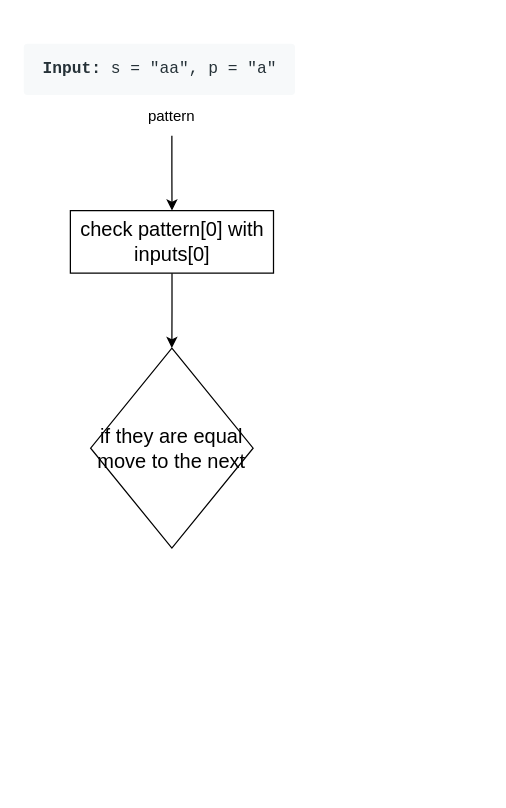
The draw.io diagram docs/regex_matching.drawio in rajsenthil/coding, before the edit. Source tidied: cells renumbered, new cells numbered last; positions are measured from the earlier drawing's top-left corner, leaving out a move shared by most shapes. Both pictures are drawn from the tidied source at 125%, with x=0, y=0 at pixel (21, 35).
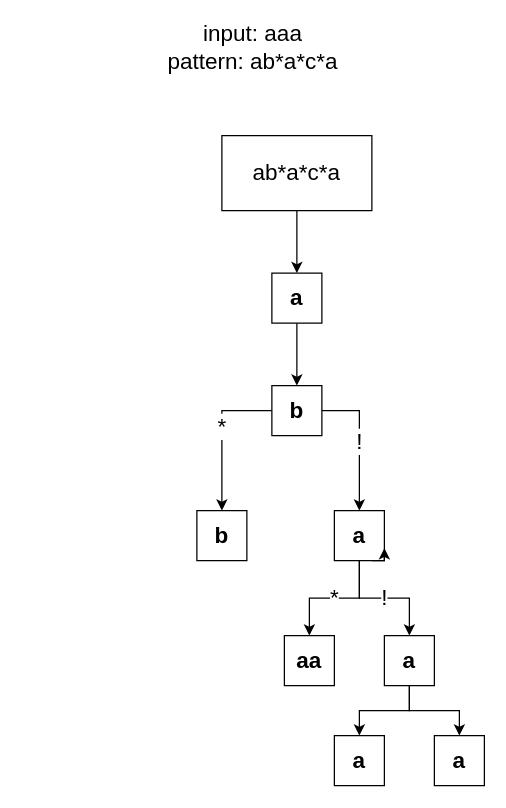
The same page after the edit.

Diff of the diagram source:
```diff
@@
-    <mxCell id="2" value="&lt;pre style=&quot;box-sizing: border-box; font-family: SFMono-Regular, Consolas, &amp;quot;Liberation Mono&amp;quot;, Menlo, Courier, monospace; font-size: 13px; margin-top: 0px; margin-bottom: 1em; overflow: auto; background: rgb(247, 249, 250); padding: 10px 15px; color: rgb(38, 50, 56); line-height: 1.6; border-radius: 3px; font-style: normal; font-variant-ligatures: normal; font-variant-caps: normal; font-weight: 400; letter-spacing: normal; orphans: 2; text-align: start; text-indent: 0px; text-transform: none; widows: 2; word-spacing: 0px; -webkit-text-stroke-width: 0px; text-decoration-thickness: initial; text-decoration-style: initial; text-decoration-color: initial;&quot;&gt;&lt;strong style=&quot;box-sizing: border-box; font-weight: bolder;&quot;&gt;Input:&lt;/strong&gt; s = &quot;aa&quot;, p = &quot;a&quot;&lt;/pre&gt;" style="text;whiteSpace=wrap;html=1;" parent="1" vertex="1">
-      <mxGeometry width="240" height="70" as="geometry" />
-    </mxCell>
-    <mxCell id="3" style="edgeStyle=orthogonalEdgeStyle;rounded=0;jettySize=auto;html=1;fontSize=16;" parent="1" edge="1" source="4" target="7">
-      <mxGeometry relative="1" as="geometry" />
-    </mxCell>
-    <mxCell id="4" value="&lt;font style=&quot;font-size: 16px;&quot;&gt;check pattern[0] with inputs[0]&lt;/font&gt;" style="rounded=0;whiteSpace=wrap;html=1;" parent="1" vertex="1">
-      <mxGeometry x="38.8" y="140" width="162.5" height="50" as="geometry" />
-    </mxCell>
-    <mxCell id="5" style="edgeStyle=orthogonalEdgeStyle;rounded=0;jettySize=auto;html=1;" parent="1" edge="1" source="6" target="4">
-      <mxGeometry relative="1" as="geometry" />
-    </mxCell>
-    <mxCell id="6" value="pattern" style="text;html=1;strokeColor=none;fillColor=none;align=center;verticalAlign=middle;whiteSpace=wrap;rounded=0;" parent="1" vertex="1">
-      <mxGeometry x="90" y="50" width="60" height="30" as="geometry" />
-    </mxCell>
-    <mxCell id="7" value="if they are equal move to the next" style="rhombus;whiteSpace=wrap;html=1;fontSize=16;" parent="1" vertex="1">
-      <mxGeometry x="55" y="250" width="130" height="160" as="geometry" />
-    </mxCell>
+    <mxCell id="8" style="edgeStyle=orthogonalEdgeStyle;rounded=0;jettySize=auto;html=1;fontSize=18;" parent="1" edge="1" source="9" target="11">
+      <mxGeometry relative="1" as="geometry" />
+    </mxCell>
+    <mxCell id="9" value="&lt;font style=&quot;font-size: 18px;&quot;&gt;ab*a*c*a&lt;/font&gt;" style="rounded=0;whiteSpace=wrap;html=1;" parent="1" vertex="1">
+      <mxGeometry x="160" y="80" width="120" height="60" as="geometry" />
+    </mxCell>
+    <mxCell id="10" style="edgeStyle=orthogonalEdgeStyle;rounded=0;jettySize=auto;html=1;fontSize=18;" parent="1" edge="1" source="11" target="15">
+      <mxGeometry relative="1" as="geometry" />
+    </mxCell>
+    <mxCell id="11" value="a" style="whiteSpace=wrap;html=1;fontSize=18;fontStyle=1;" parent="1" vertex="1">
+      <mxGeometry x="200" y="190" width="40" height="40" as="geometry" />
+    </mxCell>
+    <mxCell id="12" style="edgeStyle=orthogonalEdgeStyle;rounded=0;jettySize=auto;html=1;fontSize=18;" parent="1" edge="1" source="15" target="16">
+      <mxGeometry relative="1" as="geometry" />
+    </mxCell>
+    <mxCell id="13" value="*" style="edgeLabel;html=1;align=center;verticalAlign=middle;fontSize=18;" parent="12" vertex="1">
+      <mxGeometry x="-0.13" y="-1" relative="1" as="geometry" />
+    </mxCell>
+    <mxCell id="14" value="!" style="edgeStyle=orthogonalEdgeStyle;rounded=0;jettySize=auto;html=1;fontSize=18;" parent="1" edge="1" source="15" target="19">
+      <mxGeometry relative="1" as="geometry" />
+    </mxCell>
+    <mxCell id="15" value="b" style="whiteSpace=wrap;html=1;fontSize=18;fontStyle=1;" parent="1" vertex="1">
+      <mxGeometry x="200" y="280" width="40" height="40" as="geometry" />
+    </mxCell>
+    <mxCell id="16" value="b" style="whiteSpace=wrap;html=1;fontSize=18;fontStyle=1;" parent="1" vertex="1">
+      <mxGeometry x="140" y="380" width="40" height="40" as="geometry" />
+    </mxCell>
+    <mxCell id="17" value="*" style="edgeStyle=orthogonalEdgeStyle;rounded=0;jettySize=auto;html=1;entryX=0.5;entryY=0;entryDx=0;entryDy=0;fontSize=18;" parent="1" edge="1" source="19" target="21">
+      <mxGeometry relative="1" as="geometry" />
+    </mxCell>
+    <mxCell id="18" value="!" style="edgeStyle=orthogonalEdgeStyle;rounded=0;jettySize=auto;html=1;fontSize=18;" parent="1" edge="1" source="19" target="24">
+      <mxGeometry relative="1" as="geometry">
+        <Array as="points">
+          <mxPoint x="270" y="450" />
+          <mxPoint x="310" y="450" />
+        </Array>
+      </mxGeometry>
+    </mxCell>
+    <mxCell id="19" value="a" style="whiteSpace=wrap;html=1;fontSize=18;fontStyle=1;" parent="1" vertex="1">
+      <mxGeometry x="250" y="380" width="40" height="40" as="geometry" />
+    </mxCell>
+    <mxCell id="20" style="edgeStyle=orthogonalEdgeStyle;rounded=0;orthogonalLoop=1;jettySize=auto;html=1;exitX=0.75;exitY=1;exitDx=0;exitDy=0;entryX=1;entryY=0.75;entryDx=0;entryDy=0;fontSize=18;" parent="1" edge="1" source="19" target="19">
+      <mxGeometry relative="1" as="geometry" />
+    </mxCell>
+    <mxCell id="21" value="aa" style="whiteSpace=wrap;html=1;fontSize=18;fontStyle=1;" parent="1" vertex="1">
+      <mxGeometry x="210" y="480" width="40" height="40" as="geometry" />
+    </mxCell>
+    <mxCell id="22" style="edgeStyle=orthogonalEdgeStyle;rounded=0;jettySize=auto;html=1;entryX=0.5;entryY=0;entryDx=0;entryDy=0;fontSize=18;" parent="1" edge="1" source="24" target="27">
+      <mxGeometry relative="1" as="geometry" />
+    </mxCell>
+    <mxCell id="23" style="edgeStyle=orthogonalEdgeStyle;rounded=0;jettySize=auto;html=1;entryX=0.5;entryY=0;entryDx=0;entryDy=0;fontSize=18;" parent="1" edge="1" source="24" target="26">
+      <mxGeometry relative="1" as="geometry" />
+    </mxCell>
+    <mxCell id="24" value="a" style="whiteSpace=wrap;html=1;fontSize=18;fontStyle=1;" parent="1" vertex="1">
+      <mxGeometry x="290" y="480" width="40" height="40" as="geometry" />
+    </mxCell>
+    <mxCell id="25" value="input: aaa&lt;br&gt;pattern: ab*a*c*a" style="text;html=1;strokeColor=none;fillColor=none;align=center;verticalAlign=middle;whiteSpace=wrap;rounded=0;fontSize=18;" parent="1" vertex="1">
+      <mxGeometry x="110" y="-10" width="150" height="40" as="geometry" />
+    </mxCell>
+    <mxCell id="26" value="a" style="whiteSpace=wrap;html=1;fontSize=18;fontStyle=1;" parent="1" vertex="1">
+      <mxGeometry x="250" y="560" width="40" height="40" as="geometry" />
+    </mxCell>
+    <mxCell id="27" value="a" style="whiteSpace=wrap;html=1;fontSize=18;fontStyle=1;" parent="1" vertex="1">
+      <mxGeometry x="330" y="560" width="40" height="40" as="geometry" />
+    </mxCell>
```
